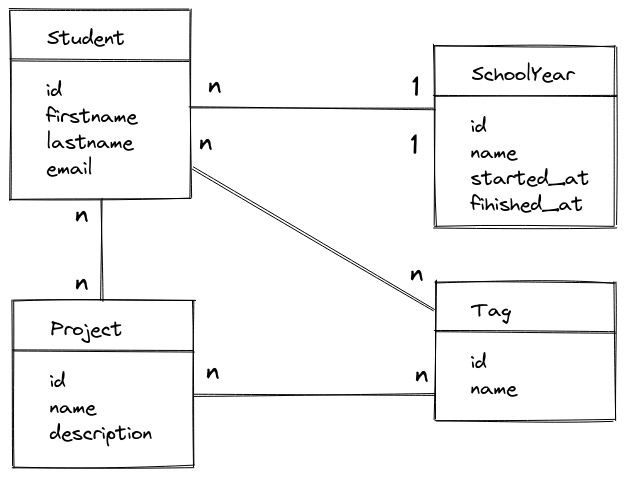
Earlier version of the Excalidraw export img/projet-student-uml.excalidraw.png (jibundeyare/cours). Source tidied: one line per element, renumbered; positions are measured from the earlier drawing's top-left corner, leaving out a move shared by most shapes. The source it was exported from:
```json
{"id": 0, "type": "text", "text": "Student", "strokeColor": "#000000", "strokeWidth": 1, "roughness": 1, "fontSize": 20, "fontFamily": 1, "x": 37, "y": 16, "width": 79, "height": 26}
{"id": 1, "type": "rectangle", "strokeColor": "#000000", "strokeWidth": 1, "roughness": 1, "x": 0, "y": 0, "width": 180, "height": 189}
{"id": 2, "type": "text", "text": "id\nfirstname\nlastname\nemail", "strokeColor": "#000000", "strokeWidth": 1, "roughness": 1, "fontSize": 20, "fontFamily": 1, "x": 36, "y": 68, "width": 91, "height": 104}
{"id": 3, "type": "line", "strokeColor": "#000000", "strokeWidth": 1, "roughness": 1, "x": 0, "y": 50, "width": 178, "height": 0, "points": [[0, 0], [178, 0]]}
{"id": 4, "type": "text", "text": "SchoolYear", "strokeColor": "#000000", "strokeWidth": 1, "roughness": 1, "fontSize": 20, "fontFamily": 1, "x": 462, "y": 52, "width": 104, "height": 26}
{"id": 5, "type": "rectangle", "strokeColor": "#000000", "strokeWidth": 1, "roughness": 1, "x": 424, "y": 36, "width": 180, "height": 180}
{"id": 6, "type": "text", "text": "id\nname\nstarted_at\nfihished_at", "strokeColor": "#000000", "strokeWidth": 1, "roughness": 1, "fontSize": 20, "fontFamily": 1, "x": 460, "y": 104, "width": 119, "height": 104}
{"id": 7, "type": "line", "strokeColor": "#000000", "strokeWidth": 1, "roughness": 1, "x": 424, "y": 86, "width": 181, "height": 0, "points": [[0, 0], [181, 0]]}
{"id": 8, "type": "text", "text": "Tag", "strokeColor": "#000000", "strokeWidth": 1, "roughness": 1, "fontSize": 20, "fontFamily": 1, "x": 462, "y": 288, "width": 40, "height": 26}
{"id": 9, "type": "rectangle", "strokeColor": "#000000", "strokeWidth": 1, "roughness": 1, "x": 424, "y": 272, "width": 180, "height": 138}
{"id": 10, "type": "text", "text": "id\nname", "strokeColor": "#000000", "strokeWidth": 1, "roughness": 1, "fontSize": 20, "fontFamily": 1, "x": 460, "y": 340, "width": 47, "height": 52}
{"id": 11, "type": "line", "strokeColor": "#000000", "strokeWidth": 1, "roughness": 1, "x": 424, "y": 322, "width": 181, "height": 0, "points": [[0, 0], [181, 0]]}
{"id": 12, "type": "line", "strokeColor": "#000000", "strokeWidth": 1, "roughness": 1, "x": 180, "y": 98, "width": 244, "height": 0, "points": [[0, 0], [244, 0]]}
{"id": 13, "type": "text", "text": "1", "strokeColor": "#000000", "strokeWidth": 1, "roughness": 1, "fontSize": 28, "fontFamily": 1, "x": 402, "y": 60, "width": 9, "height": 36}
{"id": 14, "type": "text", "text": "n", "strokeColor": "#000000", "strokeWidth": 1, "roughness": 1, "fontSize": 28, "fontFamily": 1, "x": 198, "y": 58, "width": 14, "height": 36}
{"id": 15, "type": "line", "strokeColor": "#000000", "strokeWidth": 1, "roughness": 1, "x": 182, "y": 157, "width": 242, "height": 142, "points": [[0, 0], [242, 142]]}
{"id": 16, "type": "text", "text": "1", "strokeColor": "#000000", "strokeWidth": 1, "roughness": 1, "fontSize": 28, "fontFamily": 1, "x": 400, "y": 118, "width": 9, "height": 36}
{"id": 17, "type": "text", "text": "n", "strokeColor": "#000000", "strokeWidth": 1, "roughness": 1, "fontSize": 28, "fontFamily": 1, "x": 400, "y": 246, "width": 14, "height": 36}
{"id": 18, "type": "text", "text": "n", "strokeColor": "#000000", "strokeWidth": 1, "roughness": 1, "fontSize": 28, "fontFamily": 1, "x": 189, "y": 115, "width": 14, "height": 36}
{"id": 19, "type": "text", "text": "Project", "strokeColor": "#000000", "strokeWidth": 1, "roughness": 1, "fontSize": 20, "fontFamily": 1, "x": 40, "y": 306, "width": 73, "height": 26}
{"id": 20, "type": "rectangle", "strokeColor": "#000000", "strokeWidth": 1, "roughness": 1, "x": 4, "y": 291, "width": 180, "height": 166}
{"id": 21, "type": "text", "text": "id\nname\ndescription", "strokeColor": "#000000", "strokeWidth": 1, "roughness": 1, "fontSize": 20, "fontFamily": 1, "x": 40, "y": 359, "width": 103, "height": 78}
{"id": 22, "type": "line", "strokeColor": "#000000", "strokeWidth": 1, "roughness": 1, "x": 4, "y": 341, "width": 181, "height": 0, "points": [[0, 0], [181, 0]]}
{"id": 23, "type": "line", "strokeColor": "#000000", "strokeWidth": 1, "roughness": 1, "x": 91, "y": 189, "width": 0, "height": 102, "points": [[0, 0], [0, 102]]}
{"id": 24, "type": "text", "text": "n", "strokeColor": "#000000", "strokeWidth": 1, "roughness": 1, "fontSize": 28, "fontFamily": 1, "x": 65, "y": 187, "width": 14, "height": 36}
{"id": 25, "type": "text", "text": "n", "strokeColor": "#000000", "strokeWidth": 1, "roughness": 1, "fontSize": 28, "fontFamily": 1, "x": 65, "y": 255, "width": 14, "height": 36}
{"id": 26, "type": "line", "strokeColor": "#000000", "strokeWidth": 1, "roughness": 1, "x": 183, "y": 385, "width": 242, "height": 0, "points": [[0, 0], [242, 0]]}
{"id": 27, "type": "text", "text": "n", "strokeColor": "#000000", "strokeWidth": 1, "roughness": 1, "fontSize": 28, "fontFamily": 1, "x": 405, "y": 347, "width": 14, "height": 36}
{"id": 28, "type": "text", "text": "n", "strokeColor": "#000000", "strokeWidth": 1, "roughness": 1, "fontSize": 28, "fontFamily": 1, "x": 196, "y": 344, "width": 14, "height": 36}
```
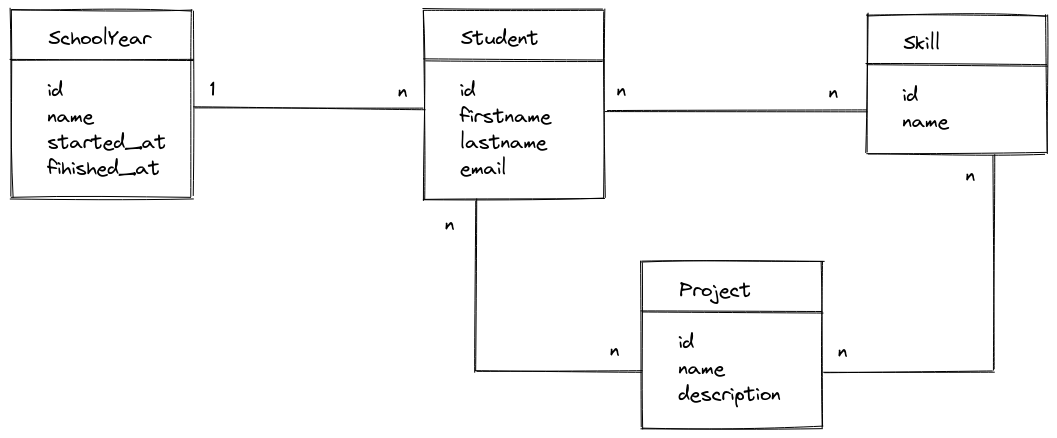
Above is the later version.

Change to the diagram source:
```diff
@@ -2,28 +2,29 @@
 {"id": 1, "type": "rectangle", "strokeColor": "#000000", "strokeWidth": 1, "roughness": 1, "x": 0, "y": 0, "width": 180, "height": 189}
 {"id": 2, "type": "text", "text": "id\nfirstname\nlastname\nemail", "strokeColor": "#000000", "strokeWidth": 1, "roughness": 1, "fontSize": 20, "fontFamily": 1, "x": 36, "y": 68, "width": 91, "height": 104}
 {"id": 3, "type": "line", "strokeColor": "#000000", "strokeWidth": 1, "roughness": 1, "x": 0, "y": 50, "width": 178, "height": 0, "points": [[0, 0], [178, 0]]}
-{"id": 4, "type": "text", "text": "SchoolYear", "strokeColor": "#000000", "strokeWidth": 1, "roughness": 1, "fontSize": 20, "fontFamily": 1, "x": 462, "y": 52, "width": 104, "height": 26}
+{"id": 4, "type": "text", "text": "SchoolYear", "strokeColor": "#000000", "strokeWidth": 1, "roughness": 1, "fontSize": 20, "fontFamily": 1, "x": -376, "y": 16, "width": 104, "height": 26}
-{"id": 5, "type": "rectangle", "strokeColor": "#000000", "strokeWidth": 1, "roughness": 1, "x": 424, "y": 36, "width": 180, "height": 180}
+{"id": 5, "type": "rectangle", "strokeColor": "#000000", "strokeWidth": 1, "roughness": 1, "x": -412, "y": 0, "width": 180, "height": 187}
-{"id": 6, "type": "text", "text": "id\nname\nstarted_at\nfihished_at", "strokeColor": "#000000", "strokeWidth": 1, "roughness": 1, "fontSize": 20, "fontFamily": 1, "x": 460, "y": 104, "width": 119, "height": 104}
+{"id": 6, "type": "text", "text": "id\nname\nstarted_at\nfihished_at", "strokeColor": "#000000", "strokeWidth": 1, "roughness": 1, "fontSize": 20, "fontFamily": 1, "x": -376, "y": 68, "width": 119, "height": 104}
-{"id": 7, "type": "line", "strokeColor": "#000000", "strokeWidth": 1, "roughness": 1, "x": 424, "y": 86, "width": 181, "height": 0, "points": [[0, 0], [181, 0]]}
+{"id": 7, "type": "line", "strokeColor": "#000000", "strokeWidth": 1, "roughness": 1, "x": -412, "y": 50, "width": 181, "height": 0, "points": [[0, 0], [181, 0]]}
-{"id": 8, "type": "text", "text": "Tag", "strokeColor": "#000000", "strokeWidth": 1, "roughness": 1, "fontSize": 20, "fontFamily": 1, "x": 462, "y": 288, "width": 40, "height": 26}
+{"id": 8, "type": "text", "text": "Skill", "strokeColor": "#000000", "strokeWidth": 1, "roughness": 1, "fontSize": 20, "fontFamily": 1, "x": 480, "y": 20, "width": 38, "height": 26}
-{"id": 9, "type": "rectangle", "strokeColor": "#000000", "strokeWidth": 1, "roughness": 1, "x": 424, "y": 272, "width": 180, "height": 138}
+{"id": 9, "type": "rectangle", "strokeColor": "#000000", "strokeWidth": 1, "roughness": 1, "x": 442, "y": 5, "width": 180, "height": 138}
-{"id": 10, "type": "text", "text": "id\nname", "strokeColor": "#000000", "strokeWidth": 1, "roughness": 1, "fontSize": 20, "fontFamily": 1, "x": 460, "y": 340, "width": 47, "height": 52}
+{"id": 10, "type": "text", "text": "id\nname", "strokeColor": "#000000", "strokeWidth": 1, "roughness": 1, "fontSize": 20, "fontFamily": 1, "x": 478, "y": 73, "width": 47, "height": 52}
-{"id": 11, "type": "line", "strokeColor": "#000000", "strokeWidth": 1, "roughness": 1, "x": 424, "y": 322, "width": 181, "height": 0, "points": [[0, 0], [181, 0]]}
+{"id": 11, "type": "line", "strokeColor": "#000000", "strokeWidth": 1, "roughness": 1, "x": 442, "y": 55, "width": 181, "height": 0, "points": [[0, 0], [181, 0]]}
-{"id": 12, "type": "line", "strokeColor": "#000000", "strokeWidth": 1, "roughness": 1, "x": 180, "y": 98, "width": 244, "height": 0, "points": [[0, 0], [244, 0]]}
+{"id": 12, "type": "line", "strokeColor": "#000000", "strokeWidth": 1, "roughness": 1, "x": -229, "y": 98, "width": 229, "height": 0, "points": [[0, 0], [229, 0]]}
-{"id": 13, "type": "text", "text": "1", "strokeColor": "#000000", "strokeWidth": 1, "roughness": 1, "fontSize": 28, "fontFamily": 1, "x": 402, "y": 60, "width": 9, "height": 36}
+{"id": 13, "type": "text", "text": "1", "strokeColor": "#000000", "strokeWidth": 1, "roughness": 1, "fontSize": 20, "fontFamily": 1, "x": -214, "y": 67, "width": 6, "height": 26}
-{"id": 14, "type": "text", "text": "n", "strokeColor": "#000000", "strokeWidth": 1, "roughness": 1, "fontSize": 28, "fontFamily": 1, "x": 198, "y": 58, "width": 14, "height": 36}
+{"id": 14, "type": "text", "text": "n", "strokeColor": "#000000", "strokeWidth": 1, "roughness": 1, "fontSize": 20, "fontFamily": 1, "x": -26, "y": 69, "width": 10, "height": 26}
-{"id": 15, "type": "line", "strokeColor": "#000000", "strokeWidth": 1, "roughness": 1, "x": 182, "y": 157, "width": 242, "height": 142, "points": [[0, 0], [242, 142]]}
-{"id": 16, "type": "text", "text": "1", "strokeColor": "#000000", "strokeWidth": 1, "roughness": 1, "fontSize": 28, "fontFamily": 1, "x": 400, "y": 118, "width": 9, "height": 36}
-{"id": 17, "type": "text", "text": "n", "strokeColor": "#000000", "strokeWidth": 1, "roughness": 1, "fontSize": 28, "fontFamily": 1, "x": 400, "y": 246, "width": 14, "height": 36}
-{"id": 18, "type": "text", "text": "n", "strokeColor": "#000000", "strokeWidth": 1, "roughness": 1, "fontSize": 28, "fontFamily": 1, "x": 189, "y": 115, "width": 14, "height": 36}
-{"id": 19, "type": "text", "text": "Project", "strokeColor": "#000000", "strokeWidth": 1, "roughness": 1, "fontSize": 20, "fontFamily": 1, "x": 40, "y": 306, "width": 73, "height": 26}
+{"id": 19, "type": "text", "text": "Project", "strokeColor": "#000000", "strokeWidth": 1, "roughness": 1, "fontSize": 20, "fontFamily": 1, "x": 256, "y": 268, "width": 73, "height": 26}
-{"id": 20, "type": "rectangle", "strokeColor": "#000000", "strokeWidth": 1, "roughness": 1, "x": 4, "y": 291, "width": 180, "height": 166}
+{"id": 20, "type": "rectangle", "strokeColor": "#000000", "strokeWidth": 1, "roughness": 1, "x": 218, "y": 252, "width": 180, "height": 166}
-{"id": 21, "type": "text", "text": "id\nname\ndescription", "strokeColor": "#000000", "strokeWidth": 1, "roughness": 1, "fontSize": 20, "fontFamily": 1, "x": 40, "y": 359, "width": 103, "height": 78}
+{"id": 21, "type": "text", "text": "id\nname\ndescription", "strokeColor": "#000000", "strokeWidth": 1, "roughness": 1, "fontSize": 20, "fontFamily": 1, "x": 254, "y": 320, "width": 103, "height": 78}
-{"id": 22, "type": "line", "strokeColor": "#000000", "strokeWidth": 1, "roughness": 1, "x": 4, "y": 341, "width": 181, "height": 0, "points": [[0, 0], [181, 0]]}
+{"id": 22, "type": "line", "strokeColor": "#000000", "strokeWidth": 1, "roughness": 1, "x": 218, "y": 302, "width": 181, "height": 0, "points": [[0, 0], [181, 0]]}
-{"id": 23, "type": "line", "strokeColor": "#000000", "strokeWidth": 1, "roughness": 1, "x": 91, "y": 189, "width": 0, "height": 102, "points": [[0, 0], [0, 102]]}
-{"id": 24, "type": "text", "text": "n", "strokeColor": "#000000", "strokeWidth": 1, "roughness": 1, "fontSize": 28, "fontFamily": 1, "x": 65, "y": 187, "width": 14, "height": 36}
+{"id": 24, "type": "text", "text": "n", "strokeColor": "#000000", "strokeWidth": 1, "roughness": 1, "fontSize": 20, "fontFamily": 1, "x": 21, "y": 202, "width": 10, "height": 26}
-{"id": 25, "type": "text", "text": "n", "strokeColor": "#000000", "strokeWidth": 1, "roughness": 1, "fontSize": 28, "fontFamily": 1, "x": 65, "y": 255, "width": 14, "height": 36}
+{"id": 25, "type": "text", "text": "n", "strokeColor": "#000000", "strokeWidth": 1, "roughness": 1, "fontSize": 20, "fontFamily": 1, "x": 186, "y": 328, "width": 10, "height": 26}
-{"id": 26, "type": "line", "strokeColor": "#000000", "strokeWidth": 1, "roughness": 1, "x": 183, "y": 385, "width": 242, "height": 0, "points": [[0, 0], [242, 0]]}
-{"id": 27, "type": "text", "text": "n", "strokeColor": "#000000", "strokeWidth": 1, "roughness": 1, "fontSize": 28, "fontFamily": 1, "x": 405, "y": 347, "width": 14, "height": 36}
-{"id": 28, "type": "text", "text": "n", "strokeColor": "#000000", "strokeWidth": 1, "roughness": 1, "fontSize": 28, "fontFamily": 1, "x": 196, "y": 344, "width": 14, "height": 36}
+{"id": 28, "type": "text", "text": "n", "strokeColor": "#000000", "strokeWidth": 1, "roughness": 1, "fontSize": 20, "fontFamily": 1, "x": 414, "y": 329, "width": 10, "height": 26}
+{"id": 29, "type": "line", "strokeColor": "#000000", "strokeWidth": 1, "roughness": 1, "x": 182, "y": 102, "width": 260, "height": 0, "points": [[0, 0], [260, 0]]}
+{"id": 30, "type": "text", "text": "n", "strokeColor": "#000000", "strokeWidth": 1, "roughness": 1, "fontSize": 20, "fontFamily": 1, "x": 193, "y": 68, "width": 10, "height": 26}
+{"id": 31, "type": "text", "text": "n", "strokeColor": "#000000", "strokeWidth": 1, "roughness": 1, "fontSize": 20, "fontFamily": 1, "x": 405, "y": 70, "width": 10, "height": 26}
+{"id": 32, "type": "line", "strokeColor": "#000000", "strokeWidth": 1, "roughness": 1, "x": 52, "y": 190, "width": 0, "height": 171, "points": [[0, 0], [0, 171]]}
+{"id": 33, "type": "line", "strokeColor": "#000000", "strokeWidth": 1, "roughness": 1, "x": 53, "y": 360, "width": 165, "height": 0, "points": [[0, 0], [165, 0]]}
+{"id": 34, "type": "line", "strokeColor": "#000000", "strokeWidth": 1, "roughness": 1, "x": 570, "y": 146, "width": 0, "height": 214, "points": [[0, 0], [0, 214]]}
+{"id": 35, "type": "line", "strokeColor": "#000000", "strokeWidth": 1, "roughness": 1, "x": 400, "y": 362, "width": 170, "height": 0, "points": [[0, 0], [170, 0]]}
+{"id": 36, "type": "text", "text": "n", "strokeColor": "#000000", "strokeWidth": 1, "roughness": 1, "fontSize": 20, "fontFamily": 1, "x": 542, "y": 152, "width": 10, "height": 26}
```
